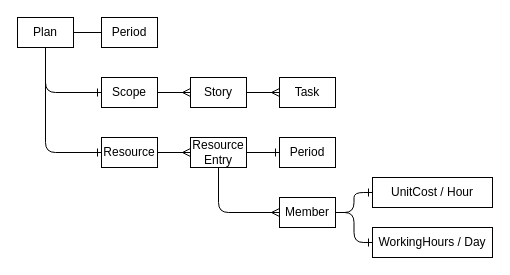
Above: picture/agile-planning.drawio in sasachichito/knowledge (draw.io), before the change. Source tidied: cells renumbered, new cells numbered last; positions are measured from the earlier drawing's top-left corner, leaving out a move shared by most shapes. Both pictures are drawn from the tidied source at 100%, with x=0, y=0 at pixel (17, 17).
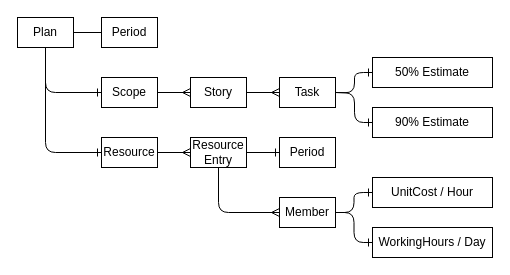
Above is the later version.

Commit message:
agile-planning.drawio を更新します

Change to the diagram source:
```diff
@@
+    <mxCell id="23" value="50% Estimate" style="rounded=0;whiteSpace=wrap;html=1;" parent="1" vertex="1">
+      <mxGeometry x="355" y="40" width="120" height="30" as="geometry" />
+    </mxCell>
+    <mxCell id="24" value="90% Estimate" style="rounded=0;whiteSpace=wrap;html=1;" parent="1" vertex="1">
+      <mxGeometry x="355" y="90" width="120" height="30" as="geometry" />
+    </mxCell>
+    <mxCell id="25" style="edgeStyle=orthogonalEdgeStyle;fontSize=12;html=1;endArrow=ERone;endFill=1;entryX=0;entryY=0.5;entryDx=0;entryDy=0;exitX=1;exitY=0.5;exitDx=0;exitDy=0;" parent="1" edge="1" target="23">
+      <mxGeometry relative="1" as="geometry">
+        <mxPoint x="318" y="75" as="sourcePoint" />
+      </mxGeometry>
+    </mxCell>
+    <mxCell id="26" style="edgeStyle=orthogonalEdgeStyle;fontSize=12;html=1;endArrow=ERone;endFill=1;entryX=0;entryY=0.5;entryDx=0;entryDy=0;exitX=1;exitY=0.5;exitDx=0;exitDy=0;" parent="1" edge="1" target="24">
+      <mxGeometry relative="1" as="geometry">
+        <mxPoint x="318" y="75" as="sourcePoint" />
+      </mxGeometry>
+    </mxCell>
```
